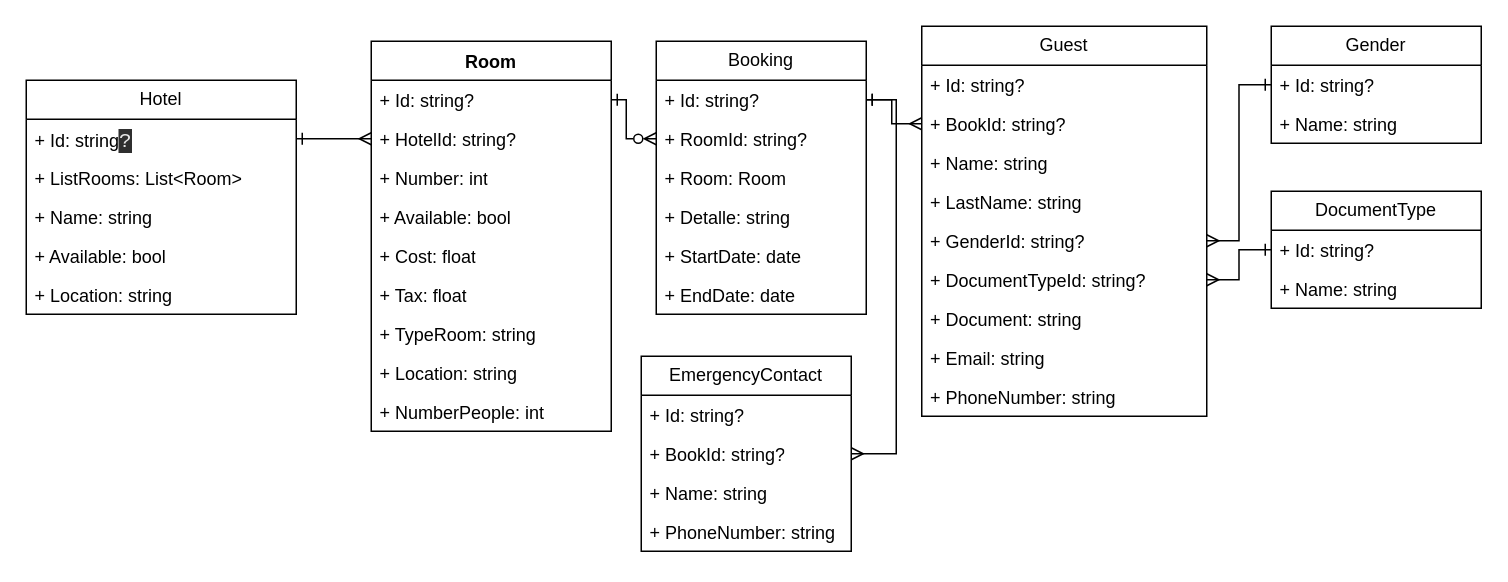
Alejo215/AppHoteles keeps this draw.io diagram as Diagrama sin título.drawio. Above is the earlier version. Source tidied: cells renumbered, new cells numbered last; positions are measured from the earlier drawing's top-left corner, leaving out a move shared by most shapes. Both pictures are drawn from the tidied source at 150%, with x=0, y=0 at pixel (26, 26).
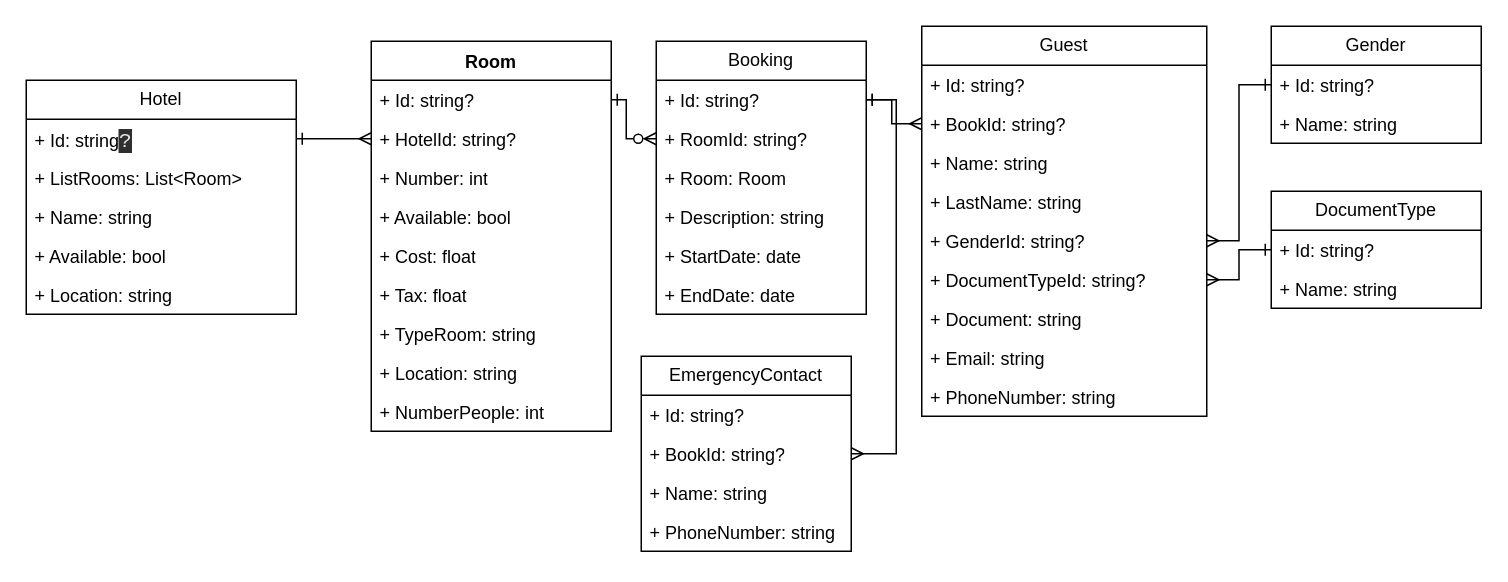
Above is the later version.

Commit message:
Se cambia nombre de Detalle por Description en Booking

Unchanged cells that the change refers to:
```xml
<mxCell id="18" value="Booking" style="swimlane;fontStyle=0;horizontal=1;startSize=26;fillColor=none;whiteSpace=wrap;html=1;" parent="1" vertex="1">
  <mxGeometry x="420" y="10" width="140" height="182" as="geometry" />
</mxCell>
```

What changed in the source:
```diff
@@
-    <mxCell id="22" value="+ Detalle: string" style="text;strokeColor=none;fillColor=none;align=left;verticalAlign=top;spacingLeft=4;spacingRight=4;overflow=hidden;whiteSpace=wrap;html=1;" parent="18" vertex="1">
+    <mxCell id="22" value="+ Description: string" style="text;strokeColor=none;fillColor=none;align=left;verticalAlign=top;spacingLeft=4;spacingRight=4;overflow=hidden;whiteSpace=wrap;html=1;" parent="18" vertex="1">
       <mxGeometry y="104" width="140" height="26" as="geometry" />
     </mxCell>
```
